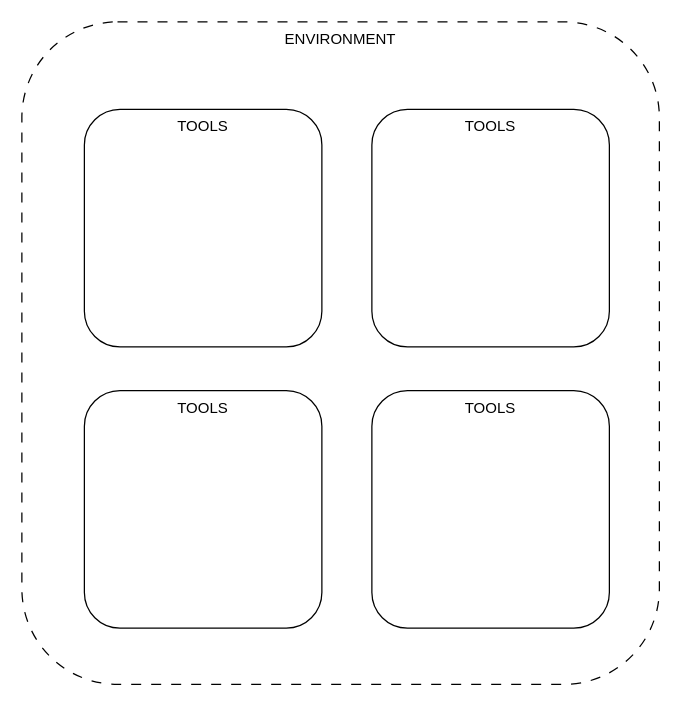
Above: page "environment-conponets" (2 of 2) of mgas.drawio in bianhua-12/Multi-generative_Agent_System_survey (draw.io), before the change. Source tidied: cells renumbered, new cells numbered last; positions are measured from the earlier drawing's top-left corner, leaving out a move shared by most shapes. Both pictures are drawn from the tidied source at 125%, with x=0, y=0 at pixel (21, 21).
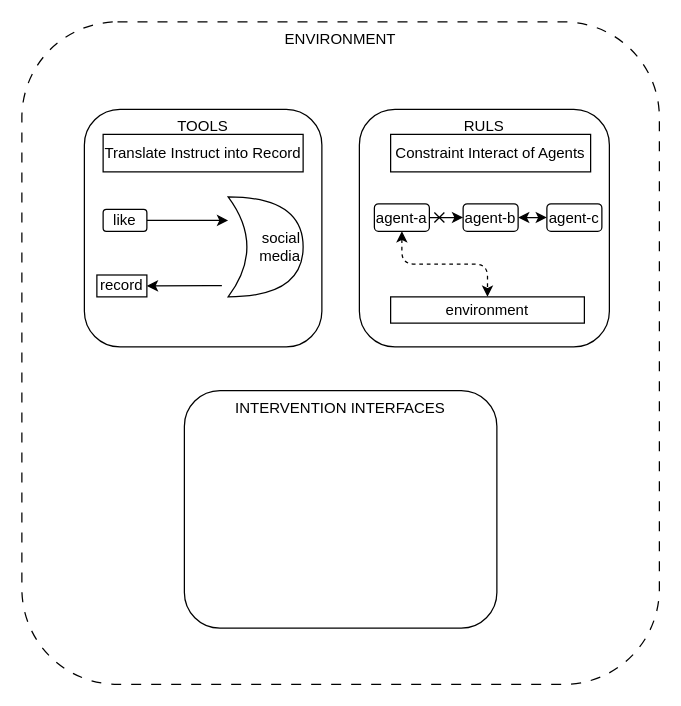
The same page after the edit.

Diff of the diagram source:
```diff
@@
-    <mxCell id="4" value="TOOLS" style="rounded=1;whiteSpace=wrap;html=1;verticalAlign=top;" parent="1" vertex="1">
-      <mxGeometry x="280" y="70" width="190" height="190" as="geometry" />
+    <mxCell id="4" value="RULS" style="rounded=1;whiteSpace=wrap;html=1;verticalAlign=top;" parent="1" vertex="1">
+      <mxGeometry x="270" y="70" width="200" height="190" as="geometry" />
     </mxCell>
-    <mxCell id="5" value="TOOLS" style="rounded=1;whiteSpace=wrap;html=1;verticalAlign=top;" parent="1" vertex="1">
-      <mxGeometry x="280" y="295" width="190" height="190" as="geometry" />
+    <mxCell id="5" value="INTERVENTION INTERFACES" style="rounded=1;whiteSpace=wrap;html=1;verticalAlign=top;" parent="1" vertex="1">
+      <mxGeometry x="130" y="295" width="250" height="190" as="geometry" />
     </mxCell>
-    <mxCell id="6" value="TOOLS" style="rounded=1;whiteSpace=wrap;html=1;verticalAlign=top;" parent="1" vertex="1">
-      <mxGeometry x="50" y="295" width="190" height="190" as="geometry" />
-    </mxCell>
+    <mxCell id="7" value="Translate Instruct into Record" style="rounded=0;whiteSpace=wrap;html=1;" parent="1" vertex="1">
+      <mxGeometry x="65" y="90" width="160" height="30" as="geometry" />
+    </mxCell>
+    <mxCell id="8" value="Constraint Interact of Agents" style="rounded=0;whiteSpace=wrap;html=1;" parent="1" vertex="1">
+      <mxGeometry x="295" y="90" width="160" height="30" as="geometry" />
+    </mxCell>
+    <mxCell id="9" value="social media" style="shape=xor;whiteSpace=wrap;html=1;align=right;" parent="1" vertex="1">
+      <mxGeometry x="165" y="140" width="60" height="80" as="geometry" />
+    </mxCell>
+    <mxCell id="10" style="edgeStyle=orthogonalEdgeStyle;rounded=0;jettySize=auto;html=1;" parent="1" edge="1" source="11" target="9">
+      <mxGeometry relative="1" as="geometry">
+        <Array as="points">
+          <mxPoint x="160" y="159" />
+          <mxPoint x="160" y="159" />
+        </Array>
+      </mxGeometry>
+    </mxCell>
+    <mxCell id="11" value="like" style="rounded=1;whiteSpace=wrap;html=1;" parent="1" vertex="1">
+      <mxGeometry x="65" y="150" width="35" height="17.5" as="geometry" />
+    </mxCell>
+    <mxCell id="12" value="record" style="rounded=0;whiteSpace=wrap;html=1;" parent="1" vertex="1">
+      <mxGeometry x="60" y="202.5" width="40" height="17.5" as="geometry" />
+    </mxCell>
+    <mxCell id="13" style="edgeStyle=orthogonalEdgeStyle;rounded=0;jettySize=auto;html=1;entryX=1;entryY=0.5;entryDx=0;entryDy=0;" parent="1" edge="1" target="12">
+      <mxGeometry relative="1" as="geometry">
+        <mxPoint x="160" y="211" as="sourcePoint" />
+        <Array as="points">
+          <mxPoint x="150" y="212" />
+        </Array>
+      </mxGeometry>
+    </mxCell>
+    <mxCell id="14" style="rounded=1;jettySize=auto;html=1;labelBorderColor=none;textShadow=0;dashed=1;edgeStyle=orthogonalEdgeStyle;jumpStyle=sharp;startArrow=classic;startFill=1;" parent="1" edge="1" source="16" target="20">
+      <mxGeometry relative="1" as="geometry" />
+    </mxCell>
+    <mxCell id="15" style="edgeStyle=orthogonalEdgeStyle;rounded=0;jettySize=auto;html=1;entryX=0;entryY=0.5;entryDx=0;entryDy=0;startArrow=cross;startFill=0;" parent="1" edge="1" source="16" target="18">
+      <mxGeometry relative="1" as="geometry" />
+    </mxCell>
+    <mxCell id="16" value="agent-a" style="rounded=1;whiteSpace=wrap;html=1;" parent="1" vertex="1">
+      <mxGeometry x="282" y="145.5" width="44" height="22" as="geometry" />
+    </mxCell>
+    <mxCell id="17" style="edgeStyle=orthogonalEdgeStyle;rounded=0;jettySize=auto;html=1;entryX=0;entryY=0.5;entryDx=0;entryDy=0;startArrow=classic;startFill=1;" parent="1" edge="1" source="18" target="19">
+      <mxGeometry relative="1" as="geometry" />
+    </mxCell>
+    <mxCell id="18" value="agent-b" style="rounded=1;whiteSpace=wrap;html=1;" parent="1" vertex="1">
+      <mxGeometry x="353" y="145.5" width="44" height="22" as="geometry" />
+    </mxCell>
+    <mxCell id="19" value="agent-c" style="rounded=1;whiteSpace=wrap;html=1;" parent="1" vertex="1">
+      <mxGeometry x="420" y="145.5" width="44" height="22" as="geometry" />
+    </mxCell>
+    <mxCell id="20" value="environment" style="rounded=0;whiteSpace=wrap;html=1;" parent="1" vertex="1">
+      <mxGeometry x="295" y="220" width="155" height="21" as="geometry" />
+    </mxCell>
```
